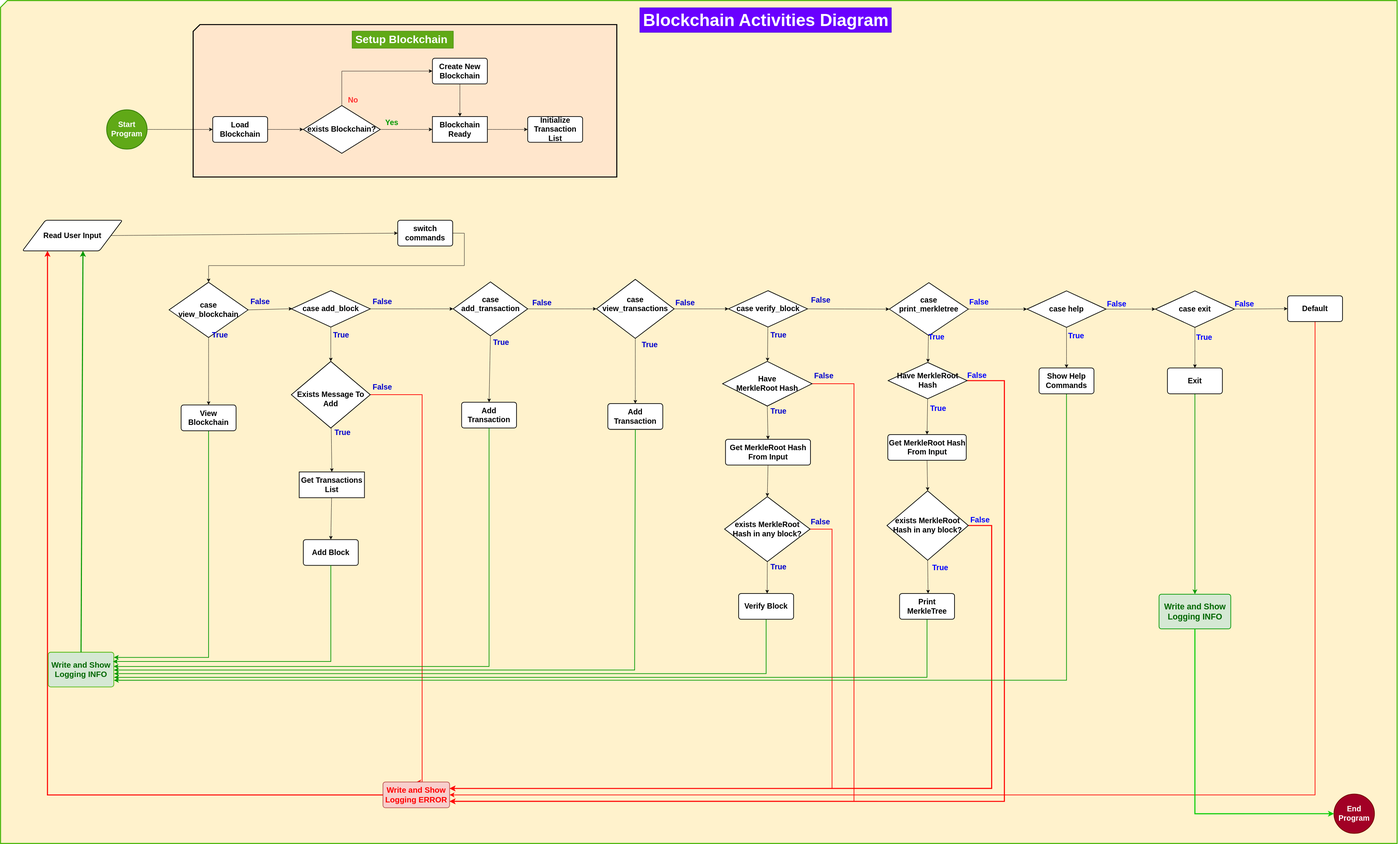
This is public/images/Blockchain.svg from NoNameNo1F/Simplified_Blockchain-Golang, a draw.io export, as it was before one commit. Source tidied: cells renumbered, new cells last; positions are measured from the earlier drawing's top-left corner, leaving out a move shared by most shapes.
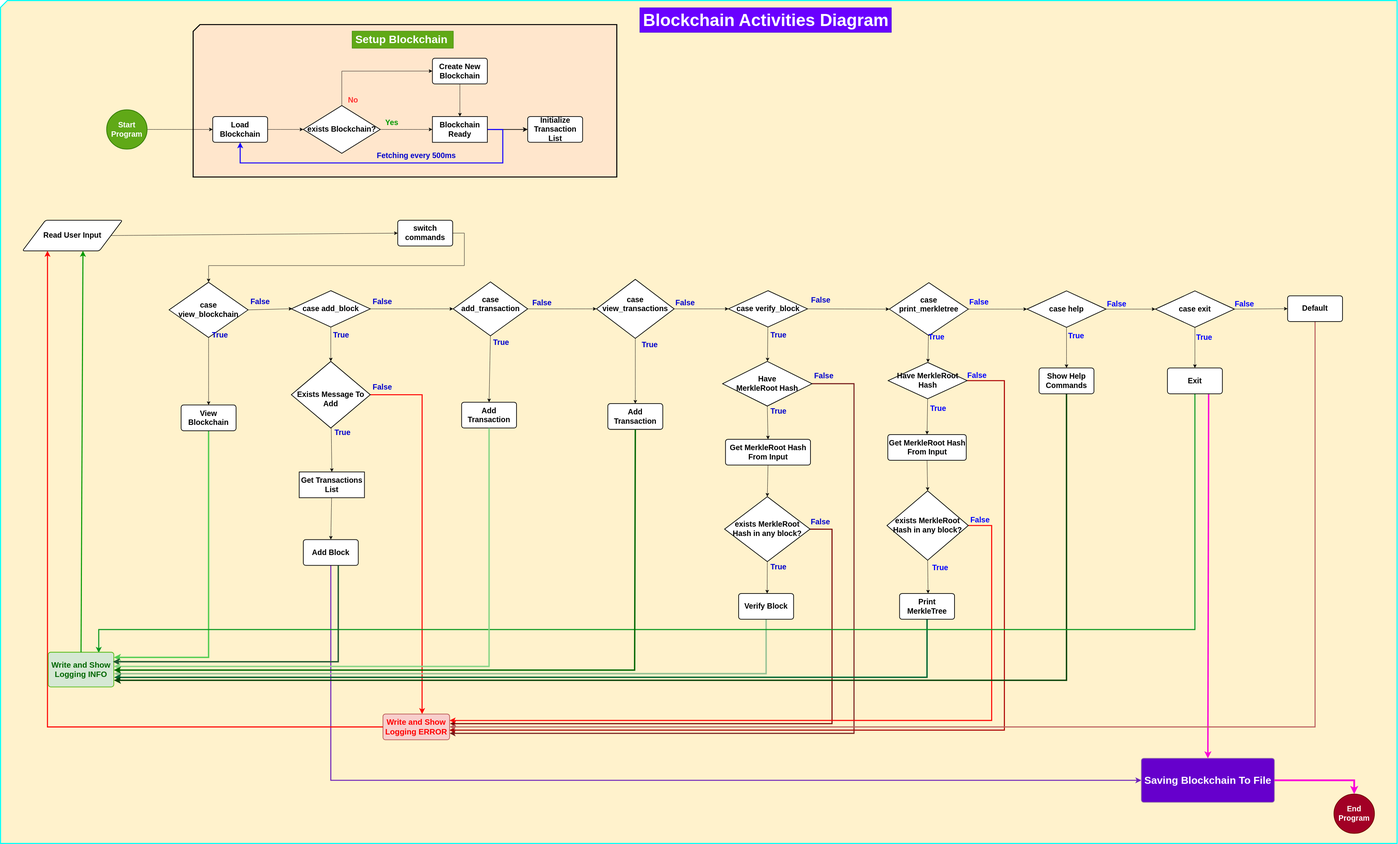
After the commit.

The edit, as a diff of the source:
```diff
@@ -4,3 +4,3 @@
     <mxCell id="1" parent="0" />
-    <mxCell id="2" style="verticalLabelPosition=bottom;verticalAlign=top;html=1;shape=card;whiteSpace=wrap;size=20;arcSize=12;fontSize=16;fillColor=#fff2cc;strokeColor=#4db80f;strokeWidth=3;" parent="1" vertex="1">
+    <mxCell id="2" style="verticalLabelPosition=bottom;verticalAlign=top;html=1;shape=card;whiteSpace=wrap;size=20;arcSize=12;fontSize=16;fillColor=#fff2cc;strokeColor=#00fffb;strokeWidth=3;" parent="1" vertex="1">
       <mxGeometry width="4068" height="2455" as="geometry" />
@@ -42,5 +42,14 @@
     </mxCell>
-    <mxCell id="14" style="edgeStyle=none;curved=1;rounded=0;jettySize=auto;html=1;exitX=1;exitY=0.5;exitDx=0;exitDy=0;fontSize=12;startSize=8;endSize=8;entryX=0;entryY=0.5;entryDx=0;entryDy=0;" parent="1" edge="1" source="15" target="17">
+    <mxCell id="14" style="edgeStyle=none;curved=1;rounded=0;jettySize=auto;html=1;exitX=1;exitY=0.5;exitDx=0;exitDy=0;fontSize=12;startSize=8;endSize=8;entryX=0;entryY=0.5;entryDx=0;entryDy=0;strokeWidth=2;" parent="1" edge="1" source="15" target="17">
       <mxGeometry relative="1" as="geometry" />
     </mxCell>
+    <mxCell id="121" style="edgeStyle=orthogonalEdgeStyle;rounded=0;jettySize=auto;html=1;exitX=1;exitY=0.5;exitDx=0;exitDy=0;entryX=0.5;entryY=1;entryDx=0;entryDy=0;fontSize=12;startSize=8;endSize=8;strokeWidth=3;strokeColor=#1605FF;" parent="1" edge="1" source="15" target="9">
+      <mxGeometry relative="1" as="geometry">
+        <Array as="points">
+          <mxPoint x="1463" y="375" />
+          <mxPoint x="1463" y="473" />
+          <mxPoint x="698" y="473" />
+        </Array>
+      </mxGeometry>
+    </mxCell>
     <mxCell id="15" value="Blockchain Ready" style="rounded=0;whiteSpace=wrap;html=1;absoluteArcSize=1;arcSize=14;strokeWidth=2;fontSize=22;fontStyle=1;" parent="1" vertex="1">
@@ -81,3 +90,3 @@
     </mxCell>
-    <mxCell id="25" style="edgeStyle=orthogonalEdgeStyle;rounded=0;jettySize=auto;html=1;exitX=0.5;exitY=1;exitDx=0;exitDy=0;entryX=1;entryY=0.149;entryDx=0;entryDy=0;fontSize=12;startSize=8;endSize=8;strokeColor=#009900;strokeWidth=2;entryPerimeter=0;" parent="1" edge="1" source="26" target="110">
+    <mxCell id="25" style="edgeStyle=orthogonalEdgeStyle;rounded=0;jettySize=auto;html=1;exitX=0.5;exitY=1;exitDx=0;exitDy=0;entryX=1;entryY=0.149;entryDx=0;entryDy=0;fontSize=12;startSize=8;endSize=8;strokeColor=#51cd51;strokeWidth=4;entryPerimeter=0;" parent="1" edge="1" source="26" target="110">
       <mxGeometry relative="1" as="geometry">
@@ -106,3 +115,3 @@
     </mxCell>
-    <mxCell id="32" style="edgeStyle=orthogonalEdgeStyle;rounded=0;jettySize=auto;html=1;exitX=1;exitY=0.5;exitDx=0;exitDy=0;exitPerimeter=0;fontSize=12;startSize=8;endSize=8;entryX=0.5;entryY=0;entryDx=0;entryDy=0;strokeWidth=2;strokeColor=#FF0000;" parent="1" edge="1" source="33" target="40">
+    <mxCell id="32" style="edgeStyle=orthogonalEdgeStyle;rounded=0;jettySize=auto;html=1;exitX=1;exitY=0.5;exitDx=0;exitDy=0;exitPerimeter=0;fontSize=12;startSize=8;endSize=8;entryX=0.587;entryY=0;entryDx=0;entryDy=0;strokeWidth=3;strokeColor=#FF0000;entryPerimeter=0;" parent="1" edge="1" source="33" target="40">
       <mxGeometry relative="1" as="geometry">
@@ -116,2 +125,5 @@
     </mxCell>
+    <mxCell id="122" style="edgeStyle=orthogonalEdgeStyle;rounded=0;jettySize=auto;html=1;exitX=0.5;exitY=1;exitDx=0;exitDy=0;fontSize=12;startSize=8;endSize=8;entryX=0;entryY=0.5;entryDx=0;entryDy=0;strokeColor=#6e22b9;strokeWidth=3;" parent="1" edge="1" source="34" target="124">
+      <mxGeometry relative="1" as="geometry" />
+    </mxCell>
     <mxCell id="34" value="Add Block" style="rounded=1;whiteSpace=wrap;html=1;absoluteArcSize=1;arcSize=14;strokeWidth=2;fontSize=22;fontStyle=1;" parent="1" vertex="1">
@@ -135,3 +147,3 @@
     <mxCell id="40" value="&lt;font color=&quot;#ff0000&quot;&gt;Write and Show Logging ERROR&lt;/font&gt;" style="rounded=1;whiteSpace=wrap;html=1;absoluteArcSize=1;arcSize=14;strokeWidth=2;fontSize=23;fillColor=#f8cecc;strokeColor=#b85450;fontStyle=1;" parent="1" vertex="1">
-      <mxGeometry x="1114" y="2276" width="194" height="75" as="geometry" />
+      <mxGeometry x="1114" y="2078" width="194" height="75" as="geometry" />
     </mxCell>
@@ -161,3 +173,3 @@
     </mxCell>
-    <mxCell id="49" style="edgeStyle=orthogonalEdgeStyle;rounded=0;jettySize=auto;html=1;exitX=1;exitY=0.5;exitDx=0;exitDy=0;exitPerimeter=0;fontSize=12;startSize=8;endSize=8;entryX=1;entryY=0.75;entryDx=0;entryDy=0;strokeColor=#FF0000;strokeWidth=2;" parent="1" edge="1" source="51" target="40">
+    <mxCell id="49" style="edgeStyle=orthogonalEdgeStyle;rounded=0;jettySize=auto;html=1;exitX=1;exitY=0.5;exitDx=0;exitDy=0;exitPerimeter=0;fontSize=12;startSize=8;endSize=8;entryX=1;entryY=0.75;entryDx=0;entryDy=0;strokeColor=#751a1a;strokeWidth=3;" parent="1" edge="1" source="51" target="40">
       <mxGeometry relative="1" as="geometry">
@@ -165,3 +177,3 @@
           <mxPoint x="2486" y="1116" />
-          <mxPoint x="2486" y="2332" />
+          <mxPoint x="2486" y="2134" />
         </Array>
@@ -190,7 +202,7 @@
     </mxCell>
-    <mxCell id="57" style="edgeStyle=orthogonalEdgeStyle;rounded=0;jettySize=auto;html=1;exitX=1;exitY=0.5;exitDx=0;exitDy=0;exitPerimeter=0;entryX=1;entryY=0.25;entryDx=0;entryDy=0;fontSize=12;startSize=8;endSize=8;strokeColor=#FF0000;strokeWidth=2;" parent="1" edge="1" source="58" target="40">
+    <mxCell id="57" style="edgeStyle=orthogonalEdgeStyle;rounded=0;jettySize=auto;html=1;exitX=1;exitY=0.5;exitDx=0;exitDy=0;exitPerimeter=0;entryX=1.005;entryY=0.373;entryDx=0;entryDy=0;fontSize=12;startSize=8;endSize=8;strokeColor=#7A0000;strokeWidth=3;entryPerimeter=0;" parent="1" edge="1" source="58" target="40">
       <mxGeometry relative="1" as="geometry">
         <Array as="points">
-          <mxPoint x="2422" y="1539" />
-          <mxPoint x="2422" y="2295" />
+          <mxPoint x="2422" y="1540" />
+          <mxPoint x="2422" y="2106" />
         </Array>
@@ -210,3 +222,3 @@
     </mxCell>
-    <mxCell id="62" style="edgeStyle=orthogonalEdgeStyle;rounded=0;jettySize=auto;html=1;exitX=0.5;exitY=1;exitDx=0;exitDy=0;entryX=1.003;entryY=0.618;entryDx=0;entryDy=0;fontSize=12;startSize=8;endSize=8;entryPerimeter=0;strokeColor=#009900;strokeWidth=2;" parent="1" edge="1" source="63" target="110">
+    <mxCell id="62" style="edgeStyle=orthogonalEdgeStyle;rounded=0;jettySize=auto;html=1;exitX=0.5;exitY=1;exitDx=0;exitDy=0;entryX=1.003;entryY=0.618;entryDx=0;entryDy=0;fontSize=12;startSize=8;endSize=8;entryPerimeter=0;strokeColor=#94c294;strokeWidth=4;" parent="1" edge="1" source="63" target="110">
       <mxGeometry relative="1" as="geometry" />
@@ -255,3 +267,3 @@
     </mxCell>
-    <mxCell id="77" style="edgeStyle=orthogonalEdgeStyle;rounded=0;jettySize=auto;html=1;exitX=1;exitY=0.5;exitDx=0;exitDy=0;exitPerimeter=0;entryX=1;entryY=0.75;entryDx=0;entryDy=0;fontSize=12;startSize=8;endSize=8;strokeColor=#ff0000;strokeWidth=3;" parent="1" edge="1" source="78" target="40">
+    <mxCell id="77" style="edgeStyle=orthogonalEdgeStyle;rounded=0;jettySize=auto;html=1;exitX=1;exitY=0.5;exitDx=0;exitDy=0;exitPerimeter=0;entryX=0.996;entryY=0.634;entryDx=0;entryDy=0;fontSize=12;startSize=8;endSize=8;strokeColor=#AB0000;strokeWidth=3;entryPerimeter=0;" parent="1" edge="1" source="78" target="40">
       <mxGeometry relative="1" as="geometry">
@@ -259,3 +271,4 @@
           <mxPoint x="2924" y="1107" />
-          <mxPoint x="2924" y="2332" />
+          <mxPoint x="2924" y="2125" />
+          <mxPoint x="1307" y="2125" />
         </Array>
@@ -285,3 +298,3 @@
           <mxPoint x="2887" y="1529" />
-          <mxPoint x="2887" y="2295" />
+          <mxPoint x="2887" y="2097" />
         </Array>
@@ -295,3 +308,3 @@
     </mxCell>
-    <mxCell id="87" style="edgeStyle=orthogonalEdgeStyle;rounded=0;jettySize=auto;html=1;exitX=0.5;exitY=1;exitDx=0;exitDy=0;fontSize=12;startSize=8;endSize=8;entryX=1.004;entryY=0.724;entryDx=0;entryDy=0;entryPerimeter=0;strokeColor=#009900;strokeWidth=2;" parent="1" edge="1" source="88" target="110">
+    <mxCell id="87" style="edgeStyle=orthogonalEdgeStyle;rounded=0;jettySize=auto;html=1;exitX=0.5;exitY=1;exitDx=0;exitDy=0;fontSize=12;startSize=8;endSize=8;entryX=1.004;entryY=0.724;entryDx=0;entryDy=0;entryPerimeter=0;strokeColor=#006633;strokeWidth=4;" parent="1" edge="1" source="88" target="110">
       <mxGeometry relative="1" as="geometry" />
@@ -322,3 +335,3 @@
     </mxCell>
-    <mxCell id="96" style="edgeStyle=orthogonalEdgeStyle;rounded=0;jettySize=auto;html=1;exitX=0.5;exitY=1;exitDx=0;exitDy=0;fontSize=12;startSize=8;endSize=8;entryX=1.001;entryY=0.809;entryDx=0;entryDy=0;entryPerimeter=0;strokeColor=#009900;strokeWidth=2;" parent="1" edge="1" source="97" target="110">
+    <mxCell id="96" style="edgeStyle=orthogonalEdgeStyle;rounded=0;jettySize=auto;html=1;exitX=0.5;exitY=1;exitDx=0;exitDy=0;fontSize=12;startSize=8;endSize=8;entryX=1.001;entryY=0.809;entryDx=0;entryDy=0;entryPerimeter=0;strokeColor=#074107;strokeWidth=4;" parent="1" edge="1" source="97" target="110">
       <mxGeometry relative="1" as="geometry" />
@@ -346,5 +359,13 @@
     </mxCell>
-    <mxCell id="104" style="edgeStyle=none;curved=1;rounded=0;jettySize=auto;html=1;exitX=0.5;exitY=1;exitDx=0;exitDy=0;entryX=0.5;entryY=0;entryDx=0;entryDy=0;fontSize=12;startSize=8;endSize=8;fontColor=#ee1111;strokeWidth=2;strokeColor=#009900;" parent="1" edge="1" source="105" target="118">
-      <mxGeometry relative="1" as="geometry" />
+    <mxCell id="104" style="edgeStyle=orthogonalEdgeStyle;rounded=0;jettySize=auto;html=1;exitX=0.5;exitY=1;exitDx=0;exitDy=0;entryX=0.77;entryY=0.017;entryDx=0;entryDy=0;fontSize=12;startSize=8;endSize=8;fontColor=#ee1111;strokeWidth=3;strokeColor=#06981f;entryPerimeter=0;" parent="1" edge="1" source="105" target="110">
+      <mxGeometry relative="1" as="geometry">
+        <Array as="points">
+          <mxPoint x="3479" y="1832" />
+          <mxPoint x="286" y="1832" />
+        </Array>
+      </mxGeometry>
     </mxCell>
+    <mxCell id="123" style="edgeStyle=none;curved=1;rounded=0;jettySize=auto;html=1;exitX=0.75;exitY=1;exitDx=0;exitDy=0;entryX=0.5;entryY=0;entryDx=0;entryDy=0;fontSize=12;startSize=8;endSize=8;strokeColor=#F901D8;strokeWidth=4;" parent="1" edge="1" source="105" target="124">
+      <mxGeometry relative="1" as="geometry" />
+    </mxCell>
     <mxCell id="105" value="Exit" style="rounded=1;whiteSpace=wrap;html=1;absoluteArcSize=1;arcSize=14;strokeWidth=2;fontSize=22;fontStyle=1;" parent="1" vertex="1">
@@ -355,3 +376,3 @@
     </mxCell>
-    <mxCell id="107" style="edgeStyle=orthogonalEdgeStyle;rounded=0;jettySize=auto;html=1;exitX=0.5;exitY=1;exitDx=0;exitDy=0;fontSize=12;startSize=8;endSize=8;entryX=1;entryY=0.5;entryDx=0;entryDy=0;strokeWidth=2;strokeColor=#ff0000;" parent="1" edge="1" source="108" target="40">
+    <mxCell id="107" style="edgeStyle=orthogonalEdgeStyle;rounded=0;jettySize=auto;html=1;exitX=0.5;exitY=1;exitDx=0;exitDy=0;fontSize=12;startSize=8;endSize=8;entryX=1;entryY=0.5;entryDx=0;entryDy=0;strokeWidth=3;strokeColor=#ba5e5e;" parent="1" edge="1" source="108" target="40">
       <mxGeometry relative="1" as="geometry" />
@@ -367,7 +388,6 @@
     </mxCell>
-    <mxCell id="111" style="edgeStyle=orthogonalEdgeStyle;rounded=0;jettySize=auto;html=1;exitX=0.5;exitY=1;exitDx=0;exitDy=0;entryX=0.986;entryY=0.273;entryDx=0;entryDy=0;fontSize=12;startSize=8;endSize=8;strokeColor=#009900;strokeWidth=2;entryPerimeter=0;" parent="1" edge="1" source="34" target="110">
+    <mxCell id="111" style="edgeStyle=orthogonalEdgeStyle;rounded=0;jettySize=auto;html=1;exitX=0.636;exitY=1.008;exitDx=0;exitDy=0;entryX=0.986;entryY=0.273;entryDx=0;entryDy=0;fontSize=12;startSize=8;endSize=8;strokeColor=#205a34;strokeWidth=4;entryPerimeter=0;exitPerimeter=0;" parent="1" edge="1" source="34" target="110">
       <mxGeometry relative="1" as="geometry">
         <Array as="points">
-          <mxPoint x="962" y="1925" />
-          <mxPoint x="328" y="1925" />
+          <mxPoint x="984" y="1926" />
         </Array>
@@ -375,3 +395,3 @@
     </mxCell>
-    <mxCell id="112" style="edgeStyle=orthogonalEdgeStyle;rounded=0;jettySize=auto;html=1;exitX=0.5;exitY=1;exitDx=0;exitDy=0;entryX=0.997;entryY=0.409;entryDx=0;entryDy=0;fontSize=12;startSize=8;endSize=8;strokeColor=#009900;strokeWidth=2;entryPerimeter=0;" parent="1" edge="1" source="42" target="110">
+    <mxCell id="112" style="edgeStyle=orthogonalEdgeStyle;rounded=0;jettySize=auto;html=1;exitX=0.5;exitY=1;exitDx=0;exitDy=0;entryX=0.997;entryY=0.409;entryDx=0;entryDy=0;fontSize=12;startSize=8;endSize=8;strokeColor=#85d585;strokeWidth=4;entryPerimeter=0;" parent="1" edge="1" source="42" target="110">
       <mxGeometry relative="1" as="geometry">
@@ -382,3 +402,3 @@
     </mxCell>
-    <mxCell id="113" style="edgeStyle=orthogonalEdgeStyle;rounded=0;jettySize=auto;html=1;exitX=0.5;exitY=1;exitDx=0;exitDy=0;entryX=1.001;entryY=0.514;entryDx=0;entryDy=0;fontSize=12;startSize=8;endSize=8;strokeColor=#009900;strokeWidth=2;entryPerimeter=0;" parent="1" edge="1" source="69" target="110">
+    <mxCell id="113" style="edgeStyle=orthogonalEdgeStyle;rounded=0;jettySize=auto;html=1;exitX=0.5;exitY=1;exitDx=0;exitDy=0;entryX=1.001;entryY=0.514;entryDx=0;entryDy=0;fontSize=12;startSize=8;endSize=8;strokeColor=#006600;strokeWidth=4;entryPerimeter=0;" parent="1" edge="1" source="69" target="110">
       <mxGeometry relative="1" as="geometry">
@@ -401,5 +421,2 @@
     </mxCell>
-    <mxCell id="118" value="Write and Show Logging INFO" style="rounded=1;whiteSpace=wrap;html=1;absoluteArcSize=1;arcSize=14;strokeWidth=2;fontSize=24;fillColor=#d5e8d4;strokeColor=#009900;fontStyle=1;fontColor=#006600;" parent="1" vertex="1">
-      <mxGeometry x="3374.5" y="1729" width="209" height="101" as="geometry" />
-    </mxCell>
     <mxCell id="119" value="End Program" style="strokeWidth=2;html=1;shape=mxgraph.flowchart.start_2;whiteSpace=wrap;fontSize=22;fontStyle=1;fillColor=#a20025;fontColor=#ffffff;strokeColor=#6F0000;" parent="1" vertex="1">
@@ -407,9 +424,11 @@
     </mxCell>
-    <mxCell id="120" style="edgeStyle=orthogonalEdgeStyle;rounded=0;jettySize=auto;html=1;entryX=0;entryY=0.5;entryDx=0;entryDy=0;entryPerimeter=0;fontSize=12;startSize=8;endSize=8;strokeWidth=3;strokeColor=#00CC00;" parent="1" edge="1" source="118" target="119">
-      <mxGeometry relative="1" as="geometry">
-        <Array as="points">
-          <mxPoint x="3479" y="2368" />
-        </Array>
-      </mxGeometry>
-    </mxCell>
+    <mxCell id="124" value="Saving Blockchain To File" style="rounded=1;whiteSpace=wrap;html=1;absoluteArcSize=1;arcSize=14;strokeWidth=2;fontSize=30;fontStyle=1;fillColor=#6600CC;strokeColor=#9673a6;fontColor=#FFFFFF;" parent="1" vertex="1">
+      <mxGeometry x="3323" y="2207" width="387.5" height="128" as="geometry" />
+    </mxCell>
+    <mxCell id="125" value="Fetching every 500ms" style="text;html=1;align=center;verticalAlign=middle;strokeColor=none;fillColor=none;fontSize=22;fontStyle=1;fontColor=#0000CC;" parent="1" vertex="1">
+      <mxGeometry x="1087" y="432.8" width="248" height="38" as="geometry" />
+    </mxCell>
+    <mxCell id="126" style="edgeStyle=orthogonalEdgeStyle;rounded=0;jettySize=auto;html=1;exitX=1;exitY=0.5;exitDx=0;exitDy=0;entryX=0.5;entryY=0;entryDx=0;entryDy=0;entryPerimeter=0;fontSize=12;startSize=8;endSize=8;strokeColor=#F901D8;strokeWidth=5;" parent="1" edge="1" source="124" target="119">
+      <mxGeometry relative="1" as="geometry" />
+    </mxCell>
   </root>
```
